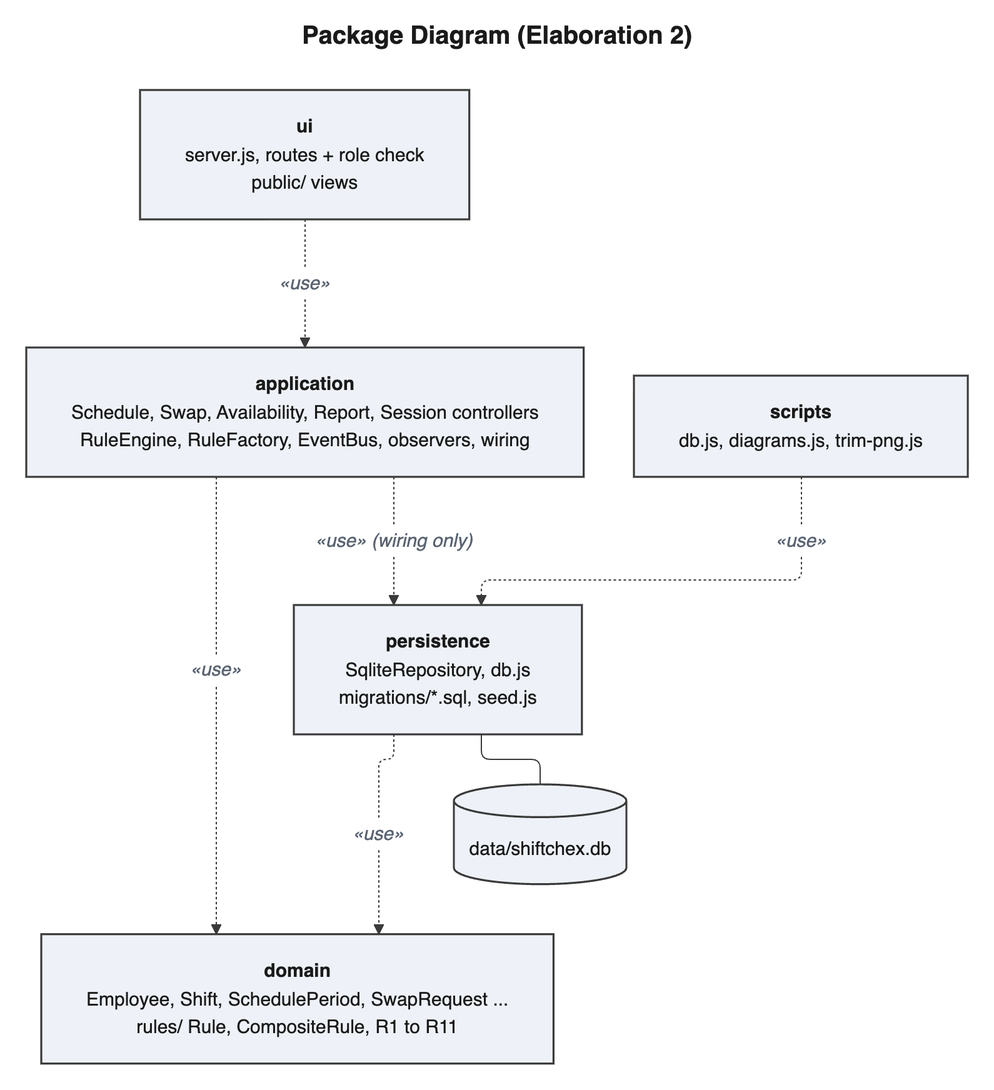
Above: diagrams/images/design/packages.png in perfettiful/ShiftChex (Mermaid), before the change. Its source is kept beside it as diagrams/mmd/design/packages.mmd.
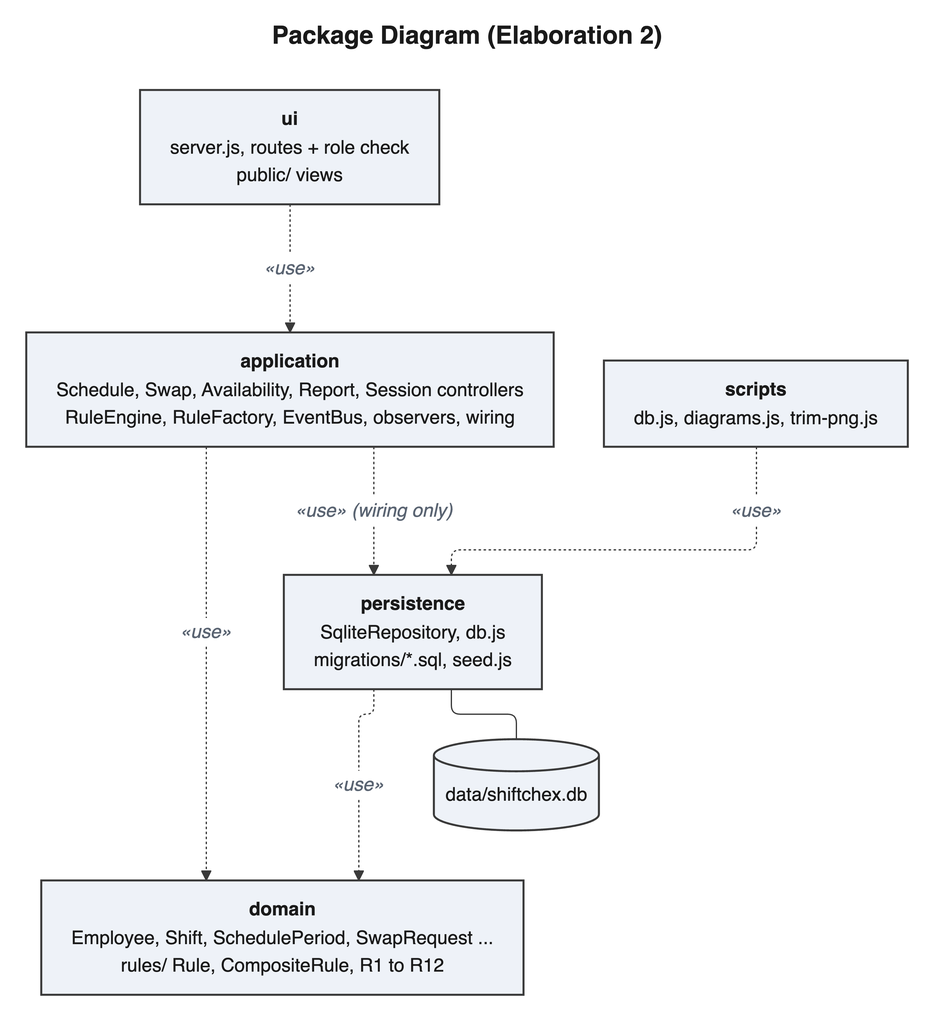
Later version of the same file.

The edit, as a diff of the source:
```diff
@@ -8,7 +8,7 @@
 flowchart TB
     ui["<b>ui</b><br/>server.js, routes + role check<br/>public/ views"]
     application["<b>application</b><br/>Schedule, Swap, Availability, Report, Session controllers<br/>RuleEngine, RuleFactory, EventBus, observers, wiring"]
-    domain["<b>domain</b><br/>Employee, Shift, SchedulePeriod, SwapRequest ...<br/>rules/ Rule, CompositeRule, R1 to R11"]
+    domain["<b>domain</b><br/>Employee, Shift, SchedulePeriod, SwapRequest ...<br/>rules/ Rule, CompositeRule, R1 to R12"]
     persistence["<b>persistence</b><br/>SqliteRepository, db.js<br/>migrations/*.sql, seed.js"]
     scripts["<b>scripts</b><br/>db.js, diagrams.js, trim-png.js"]
     db[("data/shiftchex.db")]
```
